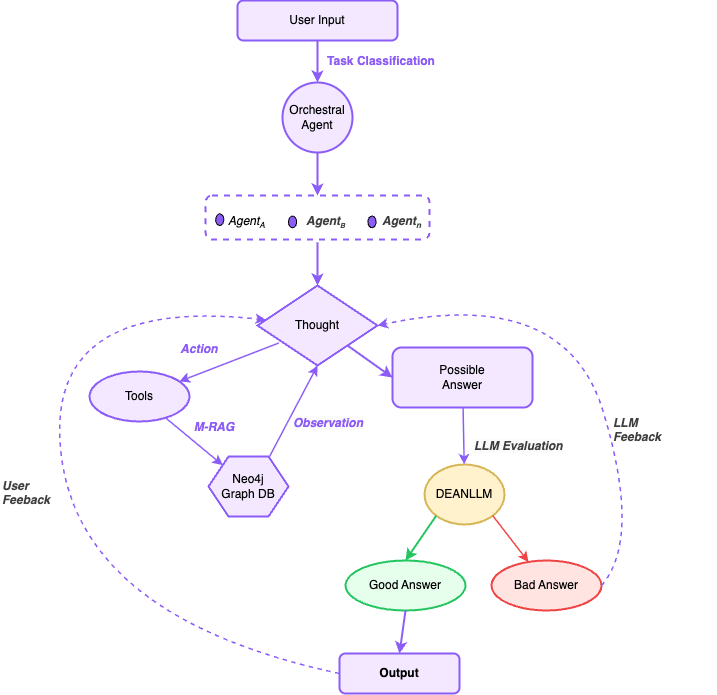
The draw.io diagram workflow.png in SALT-Lab-Human-AI/project-check-point-1-aidee, before a commit. Source tidied: cells renumbered, new cells last; positions are measured from the earlier drawing's top-left corner, leaving out a move shared by most shapes.
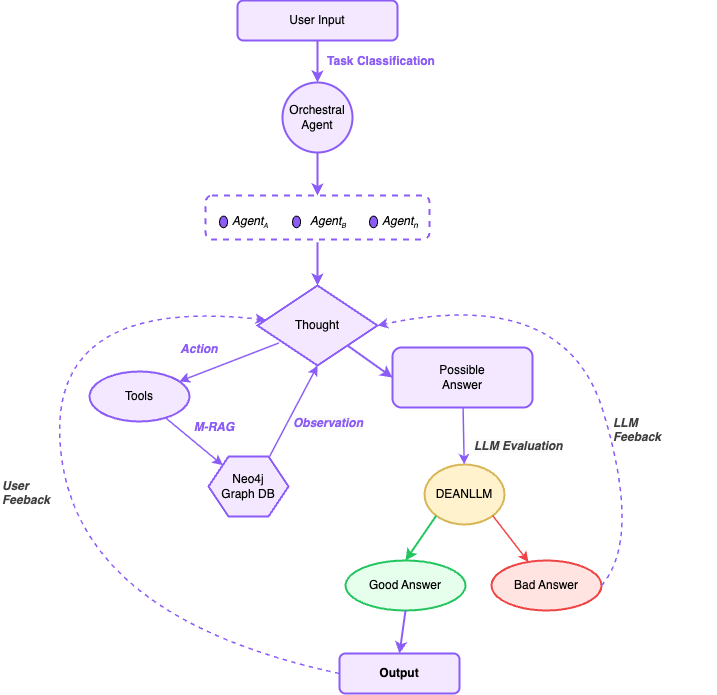
After the commit.

Commit message:
fix color in the workflow

Change to the diagram source:
```diff
@@ -15,21 +15,21 @@
       <mxGeometry x="205" y="195" width="224" height="44" as="geometry" />
     </mxCell>
     <mxCell id="6" style="ellipse;whiteSpace=wrap;html=1;strokeWidth=1;fillColor=#8B5CF6;" parent="5" vertex="1">
-      <mxGeometry x="10.2" y="18.3" width="8.1" height="11.7" as="geometry" />
+      <mxGeometry x="14" y="20.5" width="8.1" height="11.7" as="geometry" />
     </mxCell>
     <mxCell id="7" style="ellipse;whiteSpace=wrap;html=1;strokeWidth=1;fillColor=#8B5CF6;" parent="5" vertex="1">
-      <mxGeometry x="83" y="20.5" width="8.1" height="11.7" as="geometry" />
+      <mxGeometry x="87" y="20.5" width="8.1" height="11.7" as="geometry" />
     </mxCell>
     <mxCell id="8" style="ellipse;whiteSpace=wrap;html=1;strokeWidth=1;fillColor=#8B5CF6;" parent="5" vertex="1">
-      <mxGeometry x="162.5" y="20.5" width="8.1" height="11.7" as="geometry" />
+      <mxGeometry x="164" y="20.5" width="8.1" height="11.7" as="geometry" />
     </mxCell>
-    <mxCell id="9" value="&lt;div style=&quot;text-align: center;&quot;&gt;&lt;span style=&quot;background-color: transparent;&quot;&gt;&lt;i style=&quot;&quot;&gt;Agent&lt;span style=&quot;font-size: 10px;&quot;&gt;&lt;sub&gt;A&lt;/sub&gt;&lt;/span&gt;&amp;nbsp;&lt;/i&gt;&lt;/span&gt;&lt;/div&gt;" style="text;whiteSpace=wrap;html=1;" parent="5" vertex="1">
-      <mxGeometry x="21.3" y="11.7" width="50.9" height="29.3" as="geometry" />
+    <mxCell id="9" value="&lt;div style=&quot;text-align: center;&quot;&gt;&lt;i style=&quot;color: rgb(63, 63, 63); scrollbar-color: rgb(226, 226, 226) rgb(251, 251, 251);&quot;&gt;&lt;font style=&quot;scrollbar-color: rgb(226, 226, 226) rgb(251, 251, 251); color: rgb(0, 0, 0);&quot;&gt;Agent&lt;span style=&quot;font-size: 8.33333px;&quot;&gt;&lt;sub&gt;A&lt;/sub&gt;&lt;/span&gt;&lt;/font&gt;&lt;/i&gt;&lt;/div&gt;" style="text;whiteSpace=wrap;html=1;" parent="5" vertex="1">
+      <mxGeometry x="25" y="11.7" width="50.9" height="29.3" as="geometry" />
     </mxCell>
-    <mxCell id="10" value="&lt;b style=&quot;color: rgb(63, 63, 63); scrollbar-color: rgb(226, 226, 226) rgb(251, 251, 251); text-align: center;&quot;&gt;&lt;i style=&quot;color: rgb(63, 63, 63); scrollbar-color: rgb(226, 226, 226) rgb(251, 251, 251);&quot;&gt;Agent&lt;span style=&quot;font-size: 8.33333px;&quot;&gt;&lt;sub&gt;B&lt;/sub&gt;&lt;/span&gt;&lt;/i&gt;&lt;/b&gt;" style="text;whiteSpace=wrap;html=1;" parent="5" vertex="1">
-      <mxGeometry x="99" y="11.7" width="38.2" height="29.1" as="geometry" />
+    <mxCell id="10" value="&lt;i style=&quot;scrollbar-color: rgb(226, 226, 226) rgb(251, 251, 251); text-align: center; color: rgb(63, 63, 63);&quot;&gt;&lt;font style=&quot;color: rgb(0, 0, 0); scrollbar-color: rgb(226, 226, 226) rgb(251, 251, 251);&quot;&gt;Agent&lt;span style=&quot;font-size: 8.33333px;&quot;&gt;&lt;sub&gt;B&lt;/sub&gt;&lt;/span&gt;&lt;/font&gt;&lt;/i&gt;&lt;div&gt;&lt;i style=&quot;scrollbar-color: rgb(226, 226, 226) rgb(251, 251, 251); text-align: center; color: rgb(63, 63, 63);&quot;&gt;&lt;font style=&quot;color: rgb(0, 0, 0); scrollbar-color: rgb(226, 226, 226) rgb(251, 251, 251);&quot;&gt;&lt;span style=&quot;font-size: 8.33333px;&quot;&gt;&lt;sub&gt;&lt;br&gt;&lt;/sub&gt;&lt;/span&gt;&lt;/font&gt;&lt;/i&gt;&lt;/div&gt;" style="text;whiteSpace=wrap;html=1;" parent="5" vertex="1">
+      <mxGeometry x="103" y="11.7" width="38.2" height="29.1" as="geometry" />
     </mxCell>
-    <mxCell id="11" value="&lt;b style=&quot;color: rgb(63, 63, 63); scrollbar-color: rgb(226, 226, 226) rgb(251, 251, 251); text-align: center;&quot;&gt;&lt;i style=&quot;color: rgb(63, 63, 63); scrollbar-color: rgb(226, 226, 226) rgb(251, 251, 251);&quot;&gt;Agent&lt;span style=&quot;font-size: 10px;&quot;&gt;&lt;sub&gt;n&lt;/sub&gt;&lt;/span&gt;&lt;/i&gt;&lt;/b&gt;" style="text;whiteSpace=wrap;html=1;" parent="5" vertex="1">
+    <mxCell id="11" value="&lt;span style=&quot;scrollbar-color: rgb(226, 226, 226) rgb(251, 251, 251); text-align: center;&quot;&gt;&lt;i style=&quot;scrollbar-color: rgb(226, 226, 226) rgb(251, 251, 251);&quot;&gt;&lt;font style=&quot;color: rgb(0, 0, 0);&quot;&gt;Agent&lt;span style=&quot;font-size: 10px;&quot;&gt;&lt;sub style=&quot;&quot;&gt;n&lt;/sub&gt;&lt;/span&gt;&lt;/font&gt;&lt;/i&gt;&lt;/span&gt;" style="text;whiteSpace=wrap;html=1;" parent="5" vertex="1">
       <mxGeometry x="174.8" y="11.7" width="41.4" height="26.4" as="geometry" />
     </mxCell>
     <mxCell id="12" value="Thought" style="rhombus;whiteSpace=wrap;html=1;strokeWidth=2;fillColor=#F3E8FF;strokeColor=#8B5CF6;" parent="1" vertex="1">
```
